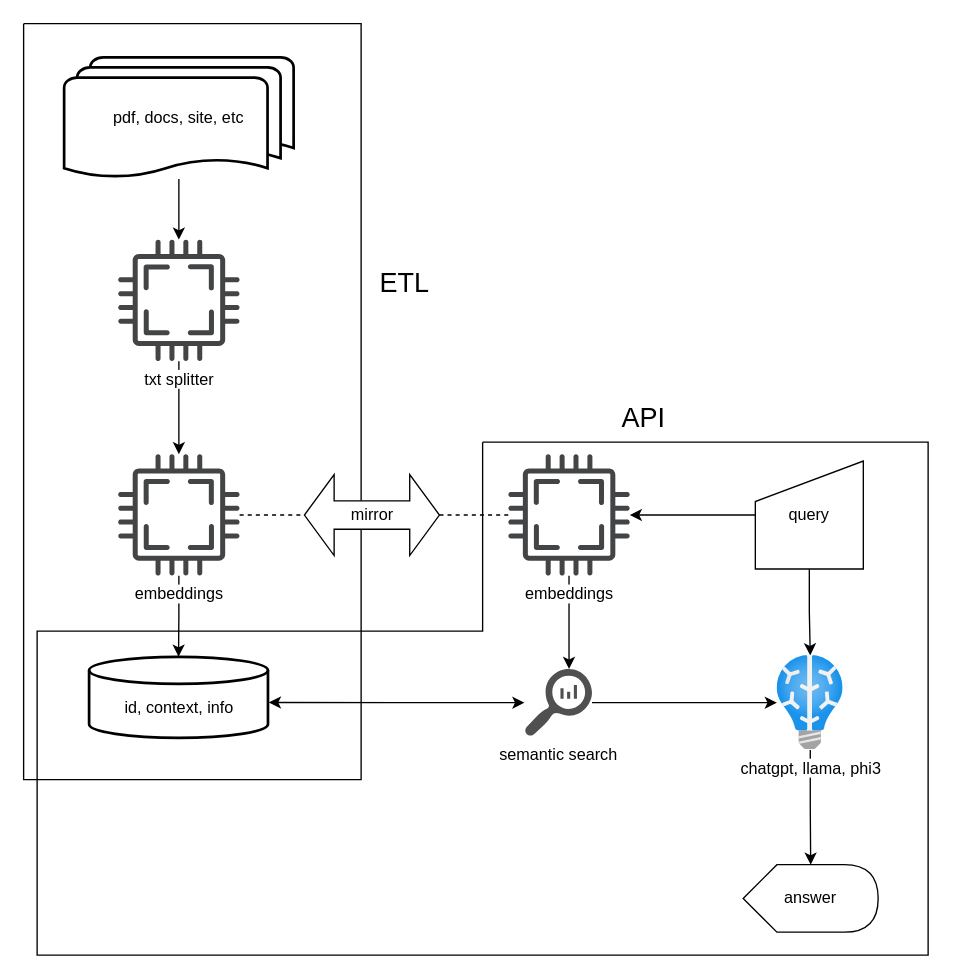
This is docs/data flow.drawio from denissonleal/langchain-llm-example, a draw.io file, before an edit. Source tidied: cells renumbered, new cells numbered last; positions are measured from the earlier drawing's top-left corner, leaving out a move shared by most shapes. Both pictures are drawn from the tidied source at 135%, with x=0, y=0 at pixel (23, 23).
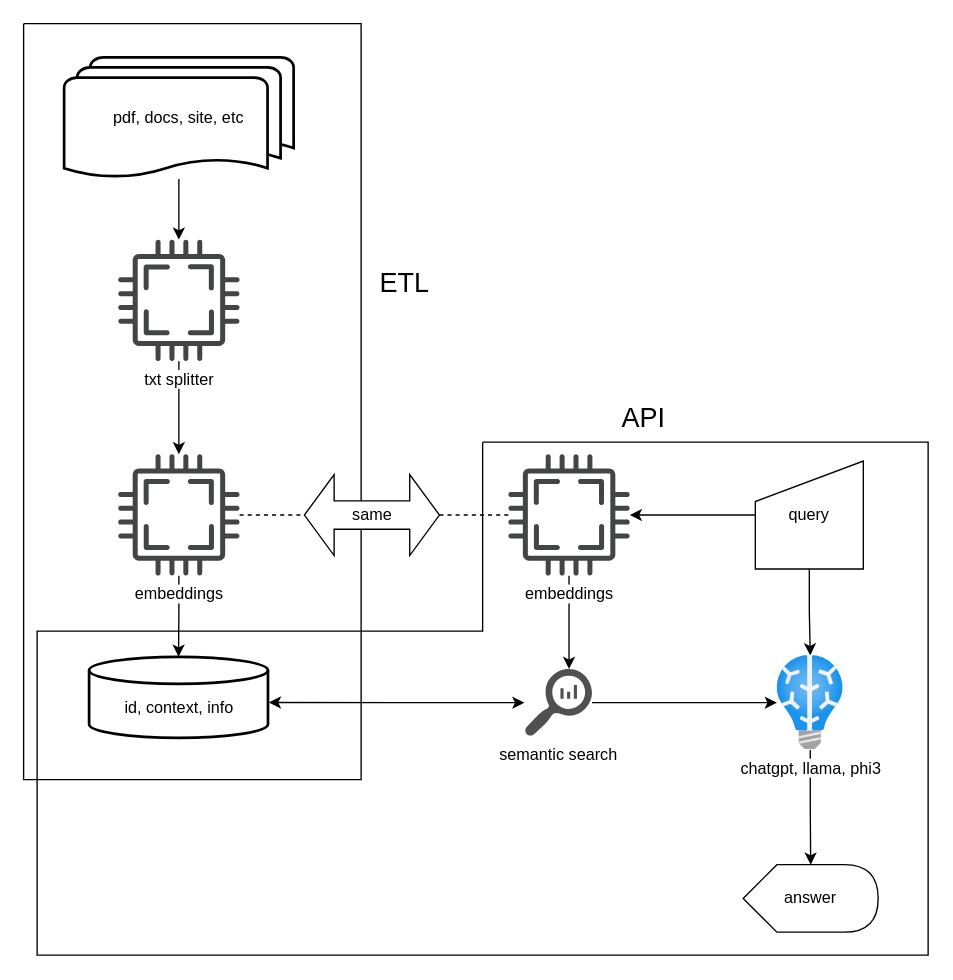
The same page after the edit.

Commit message:
add data flow documentation

Diff of the diagram source:
```diff
@@
-    <mxCell id="21" value="mirror" style="html=1;shadow=0;dashed=0;align=center;verticalAlign=middle;shape=mxgraph.arrows2.twoWayArrow;dy=0.65;dx=22;" parent="1" vertex="1">
+    <mxCell id="21" value="same" style="html=1;shadow=0;dashed=0;align=center;verticalAlign=middle;shape=mxgraph.arrows2.twoWayArrow;dy=0.65;dx=22;" parent="1" vertex="1">
       <mxGeometry x="208" y="334" width="100" height="60" as="geometry" />
     </mxCell>
```
